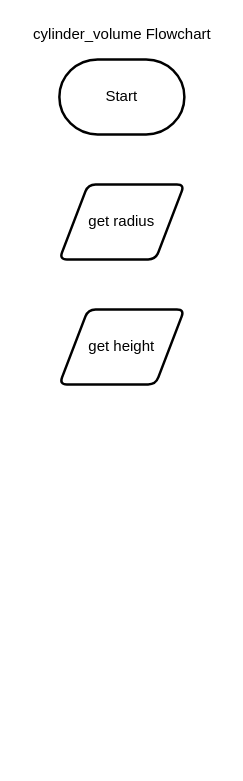
This is designs/vol_cylinder_flowchart.drawio from KaitlynIp64/ICS3UR-Unit-5-04-Python, a draw.io file, before an edit. Source tidied: cells renumbered, new cells numbered last; positions are measured from the earlier drawing's top-left corner, leaving out a move shared by most shapes. Both pictures are drawn from the tidied source at 125%, with x=0, y=0 at pixel (21, 21).
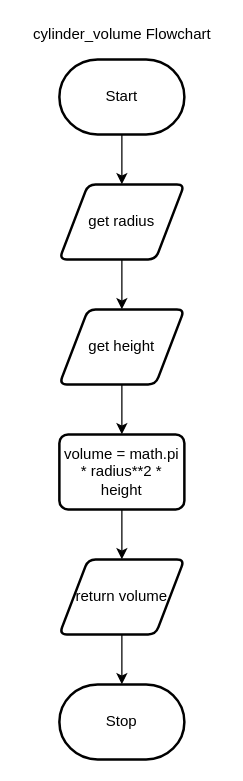
After the change.

Change to the diagram source:
```diff
@@
 <mxGraphModel>
   <root>
     <mxCell id="0" />
     <mxCell id="1" parent="0" />
+    <mxCell id="6" style="edgeStyle=none;html=1;exitX=0.5;exitY=1;exitDx=0;exitDy=0;exitPerimeter=0;entryX=0.5;entryY=0;entryDx=0;entryDy=0;" parent="1" edge="1" source="2" target="4">
+      <mxGeometry relative="1" as="geometry" />
+    </mxCell>
     <mxCell id="2" value="Start" style="strokeWidth=2;html=1;shape=mxgraph.flowchart.terminator;whiteSpace=wrap;" parent="1" vertex="1">
       <mxGeometry x="30" y="30" width="100" height="60" as="geometry" />
     </mxCell>
     <mxCell id="3" value="cylinder_volume Flowchart" style="text;html=1;align=center;verticalAlign=middle;strokeColor=none;fillColor=none;" parent="1" vertex="1">
       <mxGeometry width="160" height="20" as="geometry" />
     </mxCell>
+    <mxCell id="7" style="edgeStyle=none;html=1;exitX=0.5;exitY=1;exitDx=0;exitDy=0;entryX=0.5;entryY=0;entryDx=0;entryDy=0;" parent="1" edge="1" source="4" target="5">
+      <mxGeometry relative="1" as="geometry" />
+    </mxCell>
     <mxCell id="4" value="get radius" style="shape=parallelogram;html=1;strokeWidth=2;perimeter=parallelogramPerimeter;whiteSpace=wrap;rounded=1;arcSize=12;size=0.23;" parent="1" vertex="1">
       <mxGeometry x="30" y="130" width="100" height="60" as="geometry" />
     </mxCell>
+    <mxCell id="8" style="edgeStyle=none;html=1;exitX=0.5;exitY=1;exitDx=0;exitDy=0;entryX=0.5;entryY=0;entryDx=0;entryDy=0;" parent="1" edge="1" source="5" target="10">
+      <mxGeometry relative="1" as="geometry" />
+    </mxCell>
     <mxCell id="5" value="get height" style="shape=parallelogram;html=1;strokeWidth=2;perimeter=parallelogramPerimeter;whiteSpace=wrap;rounded=1;arcSize=12;size=0.23;" parent="1" vertex="1">
       <mxGeometry x="30" y="230" width="100" height="60" as="geometry" />
     </mxCell>
+    <mxCell id="9" style="edgeStyle=none;html=1;exitX=0.5;exitY=1;exitDx=0;exitDy=0;entryX=0.5;entryY=0;entryDx=0;entryDy=0;" parent="1" edge="1" source="10" target="12">
+      <mxGeometry relative="1" as="geometry" />
+    </mxCell>
+    <mxCell id="10" value="volume = math.pi * radius**2 * height" style="rounded=1;whiteSpace=wrap;html=1;absoluteArcSize=1;arcSize=14;strokeWidth=2;" parent="1" vertex="1">
+      <mxGeometry x="30" y="330" width="100" height="60" as="geometry" />
+    </mxCell>
+    <mxCell id="11" style="edgeStyle=none;html=1;exitX=0.5;exitY=1;exitDx=0;exitDy=0;entryX=0.5;entryY=0;entryDx=0;entryDy=0;entryPerimeter=0;" parent="1" edge="1" source="12" target="13">
+      <mxGeometry relative="1" as="geometry" />
+    </mxCell>
+    <mxCell id="12" value="return volume" style="shape=parallelogram;html=1;strokeWidth=2;perimeter=parallelogramPerimeter;whiteSpace=wrap;rounded=1;arcSize=12;size=0.23;" parent="1" vertex="1">
+      <mxGeometry x="30" y="430" width="100" height="60" as="geometry" />
+    </mxCell>
+    <mxCell id="13" value="Stop" style="strokeWidth=2;html=1;shape=mxgraph.flowchart.terminator;whiteSpace=wrap;" parent="1" vertex="1">
+      <mxGeometry x="30" y="530" width="100" height="60" as="geometry" />
+    </mxCell>
   </root>
 </mxGraphModel>
```
